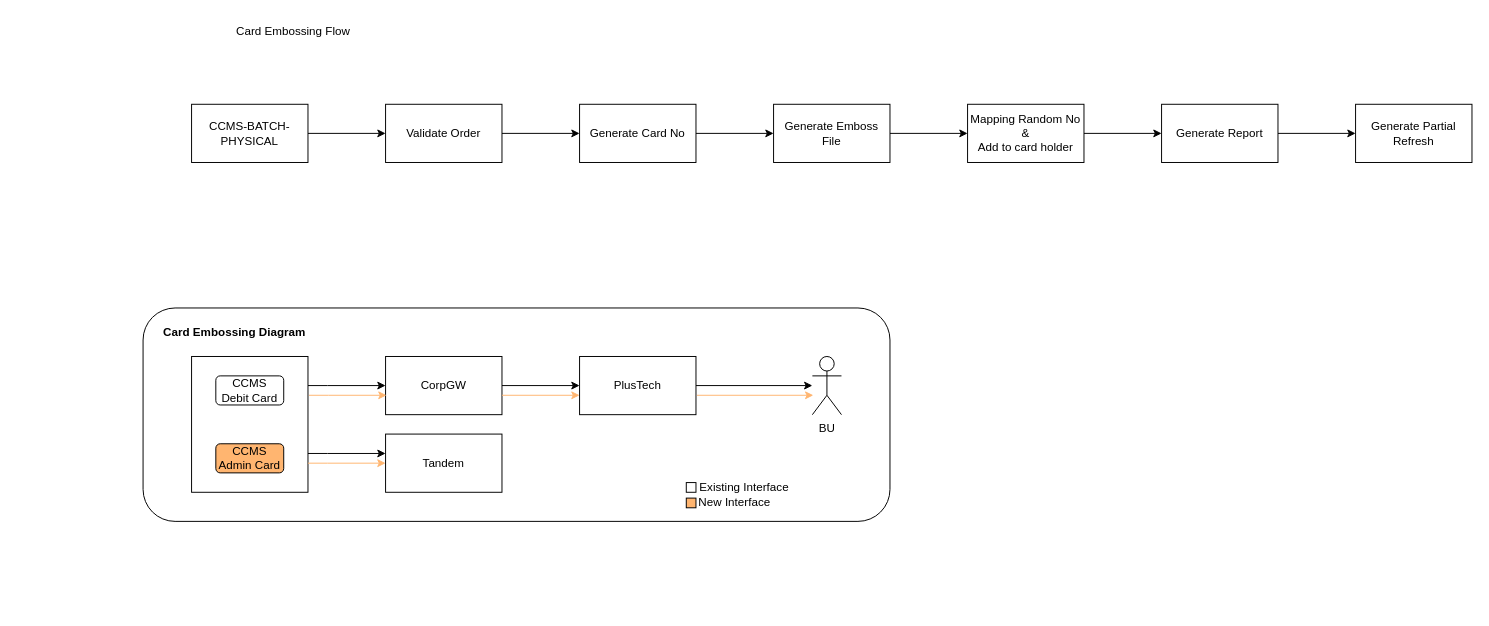
chawaratr/drawio keeps this draw.io diagram as CCMS_Project.drawio. Above is the earlier version. Source tidied: cells renumbered, new cells numbered last; positions are measured from the earlier drawing's top-left corner, leaving out a move shared by most shapes. Both pictures are drawn from the tidied source at 97%, with x=0, y=0 at pixel (143, 16).
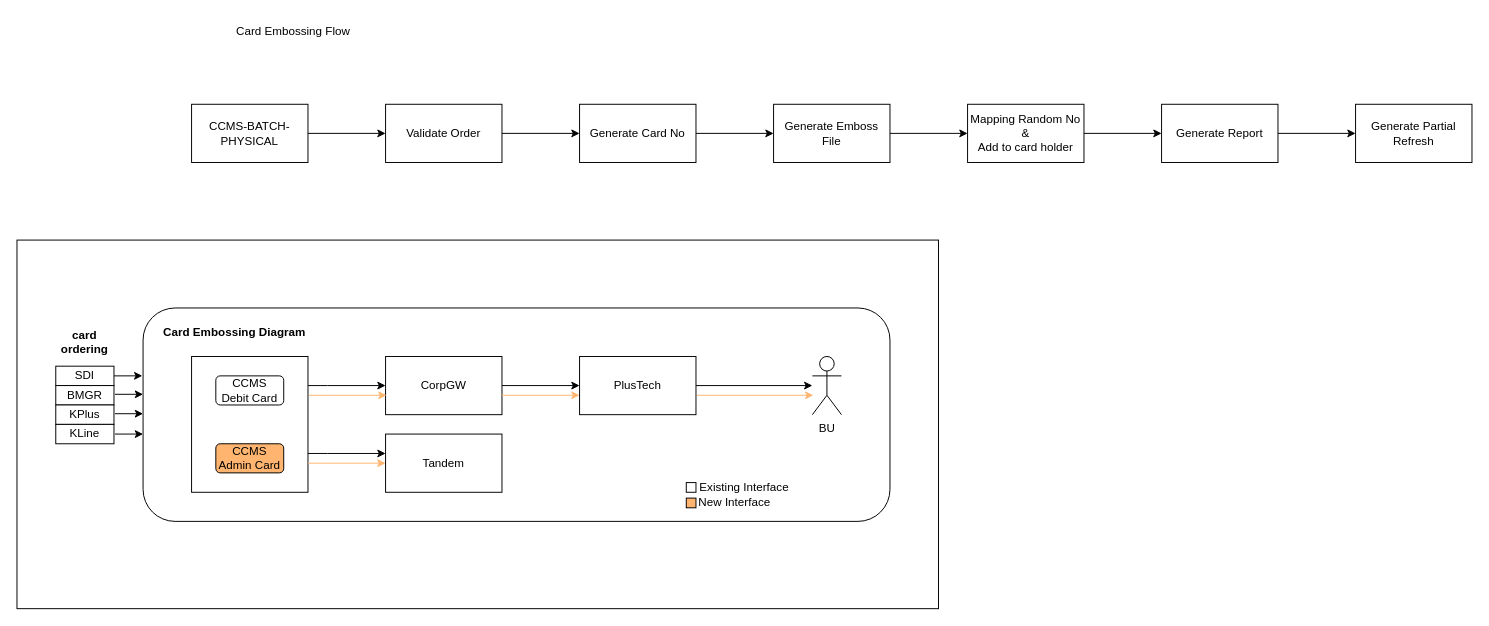
The same page after the edit.

The change refers to these unchanged cells:
```xml
<mxCell id="2" style="rounded=1;whiteSpace=wrap;html=1;" parent="1" vertex="1">
  <mxGeometry y="300" width="770" height="220" as="geometry" />
</mxCell>
```

Diff of the diagram source:
```diff
@@
+    <mxCell id="37" style="rounded=0;whiteSpace=wrap;html=1;" parent="1" vertex="1">
+      <mxGeometry x="-130" y="230" width="950" height="380" as="geometry" />
+    </mxCell>
@@
-    <mxCell id="28" style="edgeStyle=orthogonalEdgeStyle;rounded=0;orthogonalLoop=1;jettySize=auto;html=1;strokeColor=#FFB570;" parent="1" edge="1">
+    <mxCell id="28" style="edgeStyle=orthogonalEdgeStyle;rounded=0;orthogonalLoop=1;jettySize=auto;html=1;strokeColor=#FFB570;fontStyle=1;" parent="1" edge="1">
       <mxGeometry relative="1" as="geometry">
         <mxPoint x="171" y="390" as="sourcePoint" />
         <mxPoint x="251" y="390" as="targetPoint" />
         <Array as="points">
           <mxPoint x="191" y="390" />
           <mxPoint x="191" y="390" />
         </Array>
       </mxGeometry>
     </mxCell>
@@
+    <mxCell id="38" value="SDI" style="rounded=0;whiteSpace=wrap;html=1;" parent="1" vertex="1">
+      <mxGeometry x="-90" y="360" width="60" height="20" as="geometry" />
+    </mxCell>
+    <mxCell id="39" value="BMGR" style="rounded=0;whiteSpace=wrap;html=1;" parent="1" vertex="1">
+      <mxGeometry x="-90" y="380" width="60" height="20" as="geometry" />
+    </mxCell>
+    <mxCell id="40" value="KPlus" style="rounded=0;whiteSpace=wrap;html=1;" parent="1" vertex="1">
+      <mxGeometry x="-90" y="400" width="60" height="20" as="geometry" />
+    </mxCell>
+    <mxCell id="41" value="KLine" style="rounded=0;whiteSpace=wrap;html=1;" parent="1" vertex="1">
+      <mxGeometry x="-90" y="420" width="60" height="20" as="geometry" />
+    </mxCell>
+    <mxCell id="42" style="endArrow=classic;html=1;rounded=0;entryX=-0.001;entryY=0.318;entryDx=0;entryDy=0;entryPerimeter=0;" parent="1" edge="1" target="2">
+      <mxGeometry relative="1" as="geometry">
+        <mxPoint x="-30" y="370" as="sourcePoint" />
+      </mxGeometry>
+    </mxCell>
+    <mxCell id="43" style="endArrow=classic;html=1;rounded=0;entryX=-0.001;entryY=0.318;entryDx=0;entryDy=0;entryPerimeter=0;" parent="1" edge="1">
+      <mxGeometry relative="1" as="geometry">
+        <mxPoint x="-29" y="389" as="sourcePoint" />
+        <mxPoint y="389" as="targetPoint" />
+      </mxGeometry>
+    </mxCell>
+    <mxCell id="44" style="endArrow=classic;html=1;rounded=0;entryX=-0.001;entryY=0.318;entryDx=0;entryDy=0;entryPerimeter=0;" parent="1" edge="1">
+      <mxGeometry relative="1" as="geometry">
+        <mxPoint x="-29" y="409" as="sourcePoint" />
+        <mxPoint y="409" as="targetPoint" />
+      </mxGeometry>
+    </mxCell>
+    <mxCell id="45" style="endArrow=classic;html=1;rounded=0;entryX=-0.001;entryY=0.318;entryDx=0;entryDy=0;entryPerimeter=0;" parent="1" edge="1">
+      <mxGeometry relative="1" as="geometry">
+        <mxPoint x="-29" y="430" as="sourcePoint" />
+        <mxPoint y="430" as="targetPoint" />
+      </mxGeometry>
+    </mxCell>
+    <mxCell id="46" value="card ordering" style="text;html=1;align=center;verticalAlign=middle;whiteSpace=wrap;rounded=0;fontStyle=1;" parent="1" vertex="1">
+      <mxGeometry x="-90" y="320" width="60" height="30" as="geometry" />
+    </mxCell>
```
